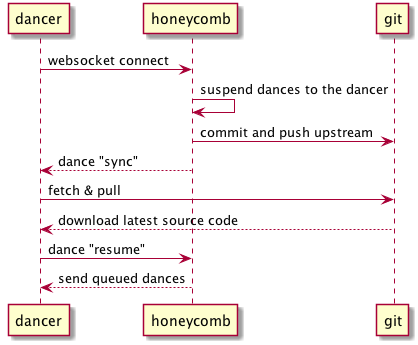
This is sync.png from beepro/beepro-docs, a PlantUML export, as it was before one commit. Its diagram source:
```plantuml
@startuml
dancer -> honeycomb: websocket connect
honeycomb -> honeycomb: suspend dances to the dancer
honeycomb -> git: commit and push upstream
honeycomb --> dancer: dance "sync"
dancer -> git: fetch & pull
git --> dancer: download latest source code
dancer -> honeycomb: dance "resume"
honeycomb --> dancer: send queued dances
@enduml
```
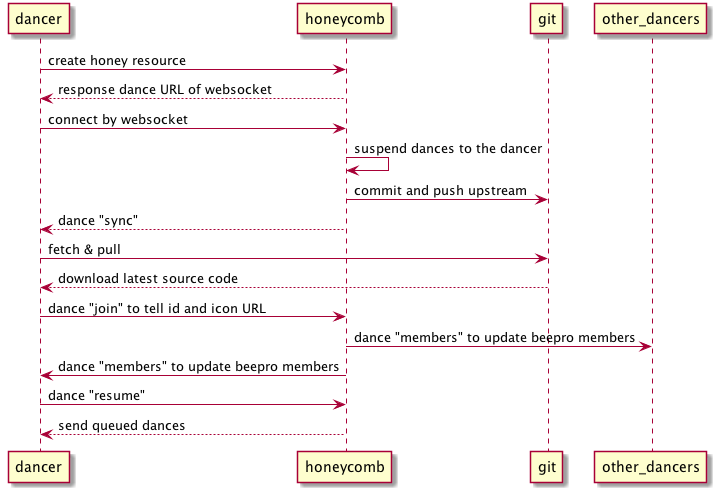
After the change.

Commit message:
Change flow to join beepro

Diff of the diagram source:
```diff
@@ -1,10 +1,15 @@
 @startuml
-dancer -> honeycomb: websocket connect
+dancer -> honeycomb: create honey resource
+honeycomb --> dancer: response dance URL of websocket
+dancer -> honeycomb: connect by websocket
 honeycomb -> honeycomb: suspend dances to the dancer
 honeycomb -> git: commit and push upstream
 honeycomb --> dancer: dance "sync"
 dancer -> git: fetch & pull
 git --> dancer: download latest source code
+dancer -> honeycomb: dance "join" to tell id and icon URL
+honeycomb -> other_dancers: dance "members" to update beepro members
+honeycomb -> dancer: dance "members" to update beepro members
 dancer -> honeycomb: dance "resume"
 honeycomb --> dancer: send queued dances
 @enduml
```
